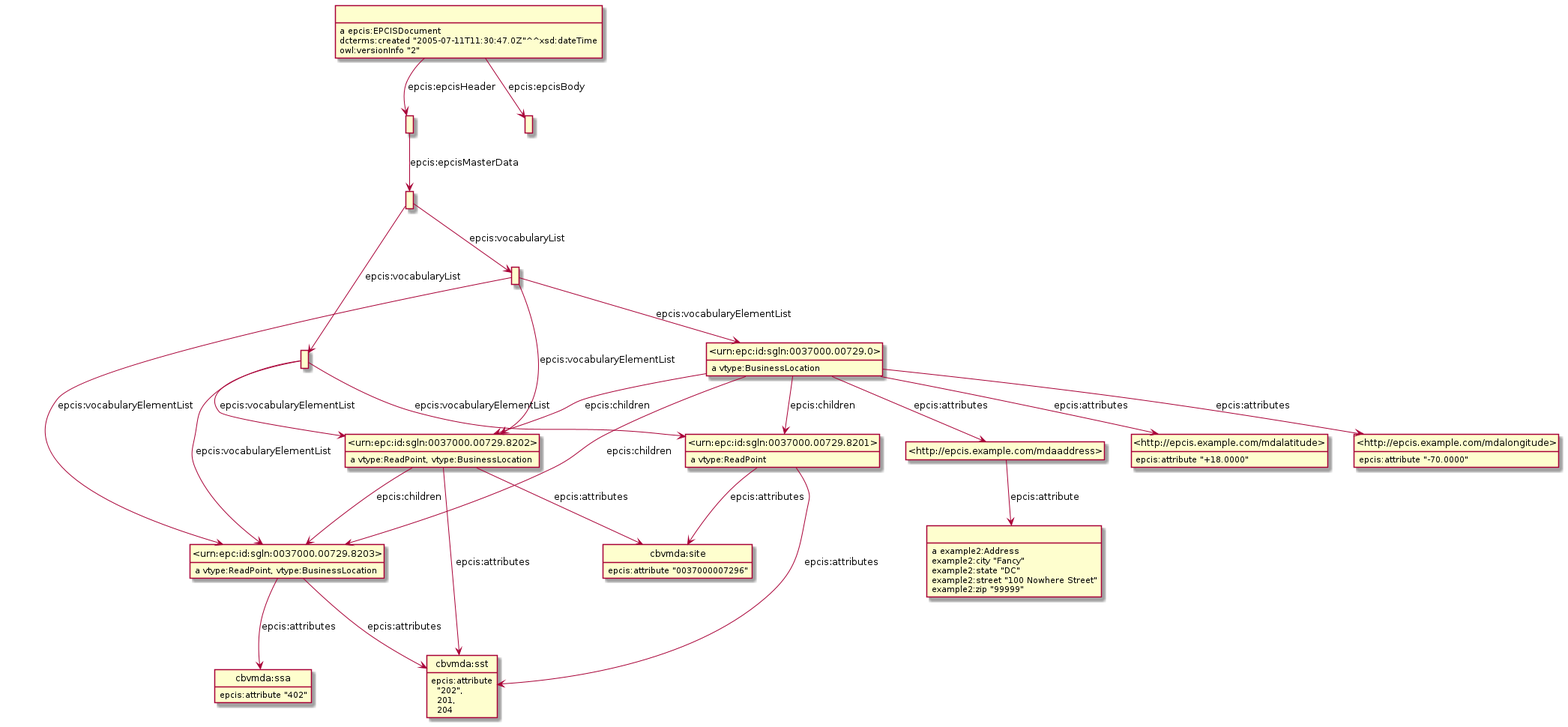
The PlantUML diagram Diagrams/Example_9.8.1-MasterData-complying-with-schema.png in gs1/EPCIS, before a commit.
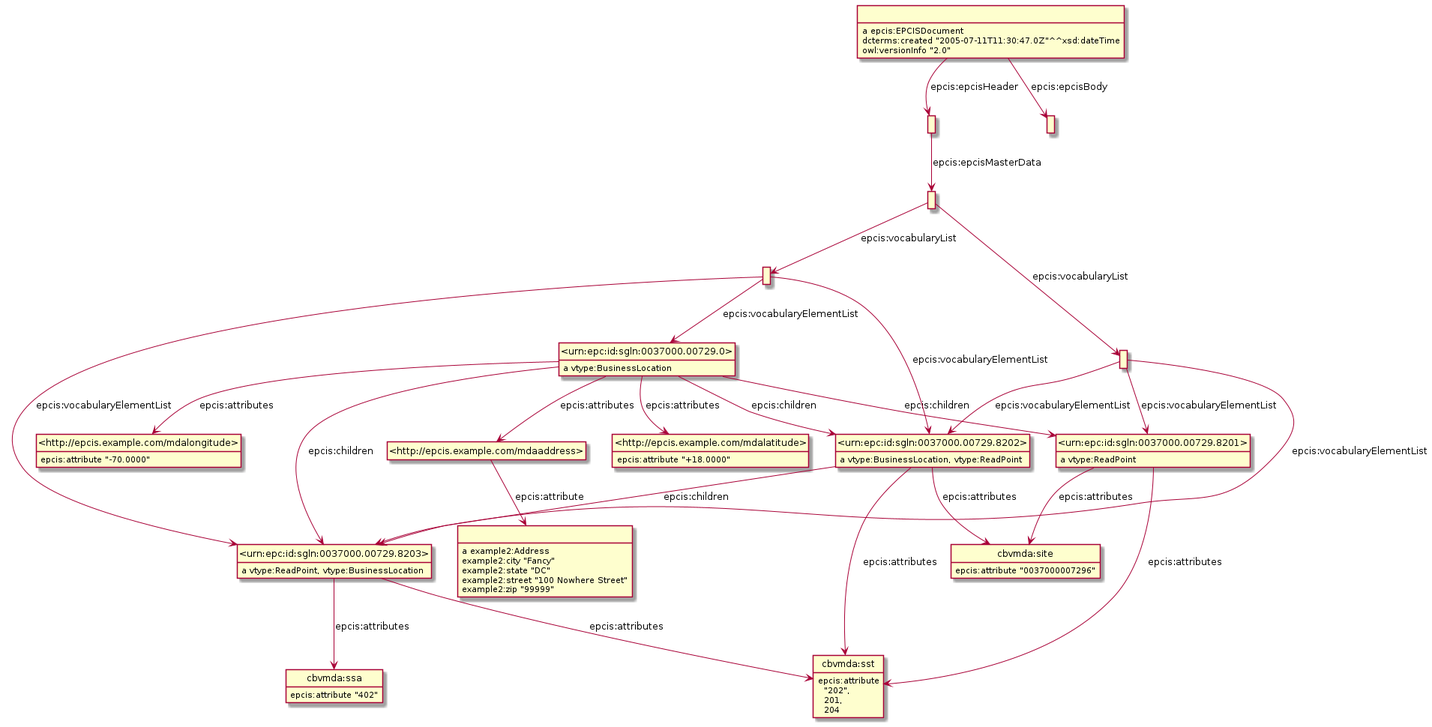
The same diagram one commit later.

The edit, as a diff of the source:
```diff
@@ -3,63 +3,63 @@
 hide empty attributes
 hide circle
 skinparam classAttributeIconSize 0
-class _r1623307984r0_ as " "
-_r1623307984r0_ : a example2:Address
-_r1623307984r0_ : example2:city "Fancy"
-_r1623307984r0_ : example2:state "DC"
-_r1623307984r0_ : example2:street "100 Nowhere Street"
-_r1623307984r0_ : example2:zip "99999"
-class _r1623307984r6_ as " "
-class _urn_epc_id_sgln_0037000_00729_0_ as "<urn:epc:id:sgln:0037000.00729.0>"
-_r1623307984r6_ -down-> _urn_epc_id_sgln_0037000_00729_0_ : epcis:vocabularyElementList
 class _urn_epc_id_sgln_0037000_00729_8202_ as "<urn:epc:id:sgln:0037000.00729.8202>"
-_r1623307984r6_ -down-> _urn_epc_id_sgln_0037000_00729_8202_ : epcis:vocabularyElementList
+_urn_epc_id_sgln_0037000_00729_8202_ : a vtype:BusinessLocation, vtype:ReadPoint
 class _urn_epc_id_sgln_0037000_00729_8203_ as "<urn:epc:id:sgln:0037000.00729.8203>"
-_r1623307984r6_ -down-> _urn_epc_id_sgln_0037000_00729_8203_ : epcis:vocabularyElementList
+_urn_epc_id_sgln_0037000_00729_8202_ -down-> _urn_epc_id_sgln_0037000_00729_8203_ : epcis:children
+class cbvmda_sst as "cbvmda:sst"
+_urn_epc_id_sgln_0037000_00729_8202_ -down-> cbvmda_sst : epcis:attributes
+class cbvmda_site as "cbvmda:site"
+_urn_epc_id_sgln_0037000_00729_8202_ -down-> cbvmda_site : epcis:attributes
+class _r1623934088r5_ as " "
+_r1623934088r5_ -down-> _urn_epc_id_sgln_0037000_00729_8203_ : epcis:vocabularyElementList
+class _urn_epc_id_sgln_0037000_00729_8201_ as "<urn:epc:id:sgln:0037000.00729.8201>"
+_r1623934088r5_ -down-> _urn_epc_id_sgln_0037000_00729_8201_ : epcis:vocabularyElementList
+_r1623934088r5_ -down-> _urn_epc_id_sgln_0037000_00729_8202_ : epcis:vocabularyElementList
+_urn_epc_id_sgln_0037000_00729_8203_ : a vtype:ReadPoint, vtype:BusinessLocation
+_urn_epc_id_sgln_0037000_00729_8203_ -down-> cbvmda_sst : epcis:attributes
 class cbvmda_ssa as "cbvmda:ssa"
+_urn_epc_id_sgln_0037000_00729_8203_ -down-> cbvmda_ssa : epcis:attributes
 cbvmda_ssa : epcis:attribute "402"
-class _r1623307984r1_ as " "
-_r1623307984r1_ : a epcis:EPCISDocument
-class _r1623307984r2_ as " "
-_r1623307984r1_ -down-> _r1623307984r2_ : epcis:epcisBody
-class _r1623307984r3_ as " "
-_r1623307984r1_ -down-> _r1623307984r3_ : epcis:epcisHeader
-_r1623307984r1_ : dcterms:created "2005-07-11T11:30:47.0Z"^^xsd:dateTime
-_r1623307984r1_ : owl:versionInfo "2"
-class _urn_epc_id_sgln_0037000_00729_8201_ as "<urn:epc:id:sgln:0037000.00729.8201>"
-_urn_epc_id_sgln_0037000_00729_8201_ : a vtype:ReadPoint
-class cbvmda_site as "cbvmda:site"
-_urn_epc_id_sgln_0037000_00729_8201_ -down-> cbvmda_site : epcis:attributes
-class cbvmda_sst as "cbvmda:sst"
-_urn_epc_id_sgln_0037000_00729_8201_ -down-> cbvmda_sst : epcis:attributes
-cbvmda_sst : epcis:attribute\n  "202",\n  201,\n  204
+class _http_epcis_example_com_mdaaddress_ as "<http://epcis.example.com/mdaaddress>"
+class _r1623934088r0_ as " "
+_http_epcis_example_com_mdaaddress_ -down-> _r1623934088r0_ : epcis:attribute
+cbvmda_site : epcis:attribute "0037000007296"
 class _http_epcis_example_com_mdalatitude_ as "<http://epcis.example.com/mdalatitude>"
 _http_epcis_example_com_mdalatitude_ : epcis:attribute "+18.0000"
-class _r1623307984r4_ as " "
-_r1623307984r3_ -down-> _r1623307984r4_ : epcis:epcisMasterData
-_urn_epc_id_sgln_0037000_00729_8203_ : a vtype:ReadPoint, vtype:BusinessLocation
-_urn_epc_id_sgln_0037000_00729_8203_ -down-> cbvmda_ssa : epcis:attributes
-_urn_epc_id_sgln_0037000_00729_8203_ -down-> cbvmda_sst : epcis:attributes
-class _http_epcis_example_com_mdaaddress_ as "<http://epcis.example.com/mdaaddress>"
-_http_epcis_example_com_mdaaddress_ -down-> _r1623307984r0_ : epcis:attribute
-cbvmda_site : epcis:attribute "0037000007296"
-class _r1623307984r5_ as " "
-_r1623307984r4_ -down-> _r1623307984r5_ : epcis:vocabularyList
-_r1623307984r4_ -down-> _r1623307984r6_ : epcis:vocabularyList
-_r1623307984r5_ -down-> _urn_epc_id_sgln_0037000_00729_8201_ : epcis:vocabularyElementList
-_r1623307984r5_ -down-> _urn_epc_id_sgln_0037000_00729_8203_ : epcis:vocabularyElementList
-_r1623307984r5_ -down-> _urn_epc_id_sgln_0037000_00729_8202_ : epcis:vocabularyElementList
+cbvmda_sst : epcis:attribute\n  "202",\n  201,\n  204
+class _r1623934088r4_ as " "
+class _r1623934088r6_ as " "
+_r1623934088r4_ -down-> _r1623934088r6_ : epcis:vocabularyList
+_r1623934088r4_ -down-> _r1623934088r5_ : epcis:vocabularyList
+class _urn_epc_id_sgln_0037000_00729_0_ as "<urn:epc:id:sgln:0037000.00729.0>"
 _urn_epc_id_sgln_0037000_00729_0_ : a vtype:BusinessLocation
-_urn_epc_id_sgln_0037000_00729_0_ -down-> _urn_epc_id_sgln_0037000_00729_8201_ : epcis:children
-_urn_epc_id_sgln_0037000_00729_0_ -down-> _urn_epc_id_sgln_0037000_00729_8202_ : epcis:children
-_urn_epc_id_sgln_0037000_00729_0_ -down-> _urn_epc_id_sgln_0037000_00729_8203_ : epcis:children
 class _http_epcis_example_com_mdalongitude_ as "<http://epcis.example.com/mdalongitude>"
 _urn_epc_id_sgln_0037000_00729_0_ -down-> _http_epcis_example_com_mdalongitude_ : epcis:attributes
 _urn_epc_id_sgln_0037000_00729_0_ -down-> _http_epcis_example_com_mdaaddress_ : epcis:attributes
+_urn_epc_id_sgln_0037000_00729_0_ -down-> _urn_epc_id_sgln_0037000_00729_8203_ : epcis:children
 _urn_epc_id_sgln_0037000_00729_0_ -down-> _http_epcis_example_com_mdalatitude_ : epcis:attributes
+_urn_epc_id_sgln_0037000_00729_0_ -down-> _urn_epc_id_sgln_0037000_00729_8201_ : epcis:children
+_urn_epc_id_sgln_0037000_00729_0_ -down-> _urn_epc_id_sgln_0037000_00729_8202_ : epcis:children
+_r1623934088r6_ -down-> _urn_epc_id_sgln_0037000_00729_8202_ : epcis:vocabularyElementList
+_r1623934088r6_ -down-> _urn_epc_id_sgln_0037000_00729_8203_ : epcis:vocabularyElementList
+_r1623934088r6_ -down-> _urn_epc_id_sgln_0037000_00729_0_ : epcis:vocabularyElementList
+class _r1623934088r3_ as " "
+_r1623934088r3_ -down-> _r1623934088r4_ : epcis:epcisMasterData
 _http_epcis_example_com_mdalongitude_ : epcis:attribute "-70.0000"
-_urn_epc_id_sgln_0037000_00729_8202_ : a vtype:ReadPoint, vtype:BusinessLocation
-_urn_epc_id_sgln_0037000_00729_8202_ -down-> _urn_epc_id_sgln_0037000_00729_8203_ : epcis:children
-_urn_epc_id_sgln_0037000_00729_8202_ -down-> cbvmda_sst : epcis:attributes
-_urn_epc_id_sgln_0037000_00729_8202_ -down-> cbvmda_site : epcis:attributes
+class _r1623934088r1_ as " "
+_r1623934088r1_ : a epcis:EPCISDocument
+_r1623934088r1_ -down-> _r1623934088r3_ : epcis:epcisHeader
+class _r1623934088r2_ as " "
+_r1623934088r1_ -down-> _r1623934088r2_ : epcis:epcisBody
+_r1623934088r1_ : dcterms:created "2005-07-11T11:30:47.0Z"^^xsd:dateTime
+_r1623934088r1_ : owl:versionInfo "2.0"
+_urn_epc_id_sgln_0037000_00729_8201_ : a vtype:ReadPoint
+_urn_epc_id_sgln_0037000_00729_8201_ -down-> cbvmda_sst : epcis:attributes
+_urn_epc_id_sgln_0037000_00729_8201_ -down-> cbvmda_site : epcis:attributes
+_r1623934088r0_ : a example2:Address
+_r1623934088r0_ : example2:city "Fancy"
+_r1623934088r0_ : example2:state "DC"
+_r1623934088r0_ : example2:street "100 Nowhere Street"
+_r1623934088r0_ : example2:zip "99999"
 @enduml
```
